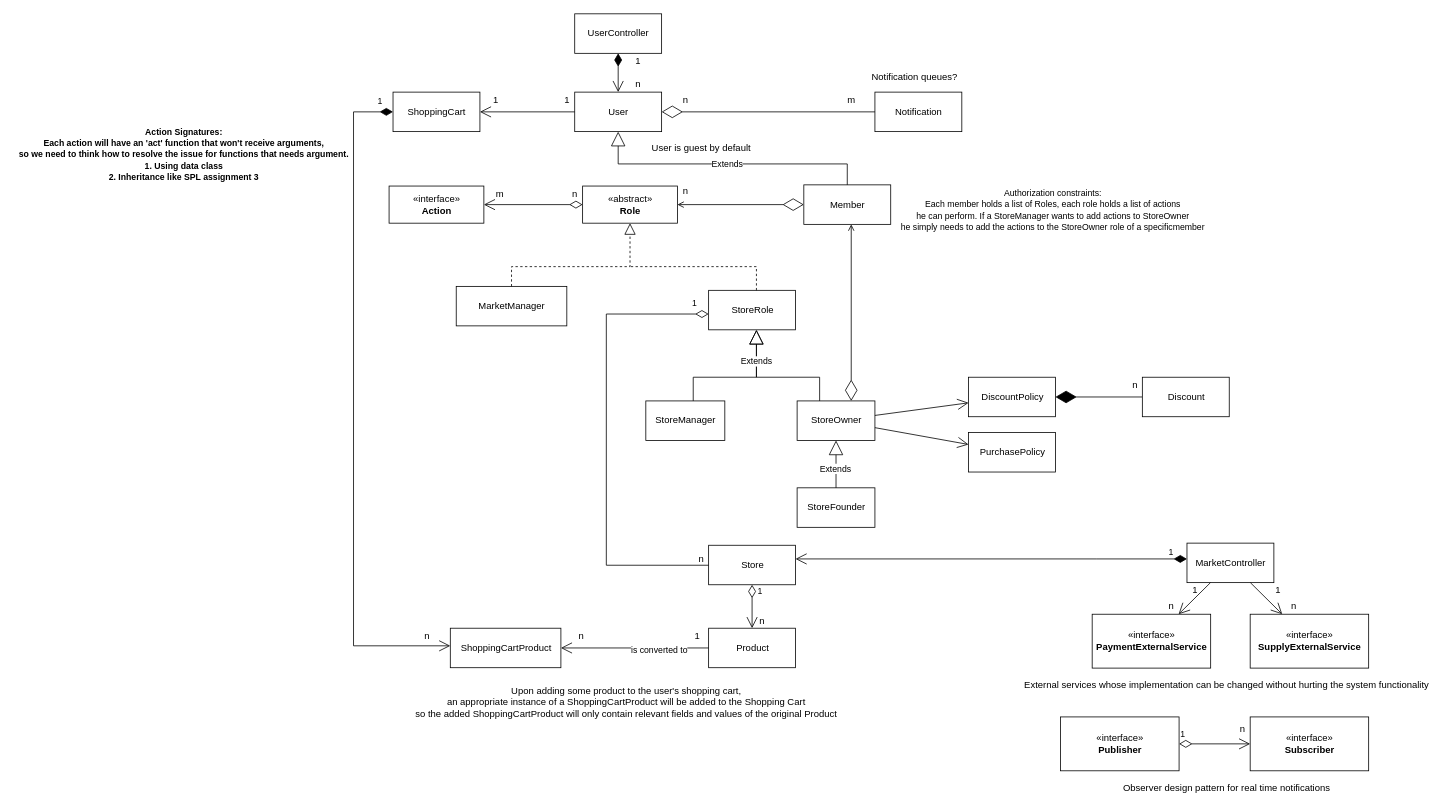
Before: page "White Diagram" (1 of 2) of Workshop.drawio in itaitzruia4/Workshop, a draw.io diagram. Source tidied: cells renumbered, new cells numbered last; positions are measured from the earlier drawing's top-left corner, leaving out a move shared by most shapes. Both pictures are drawn from the tidied source at 79%, with x=0, y=0 at pixel (13, 13).
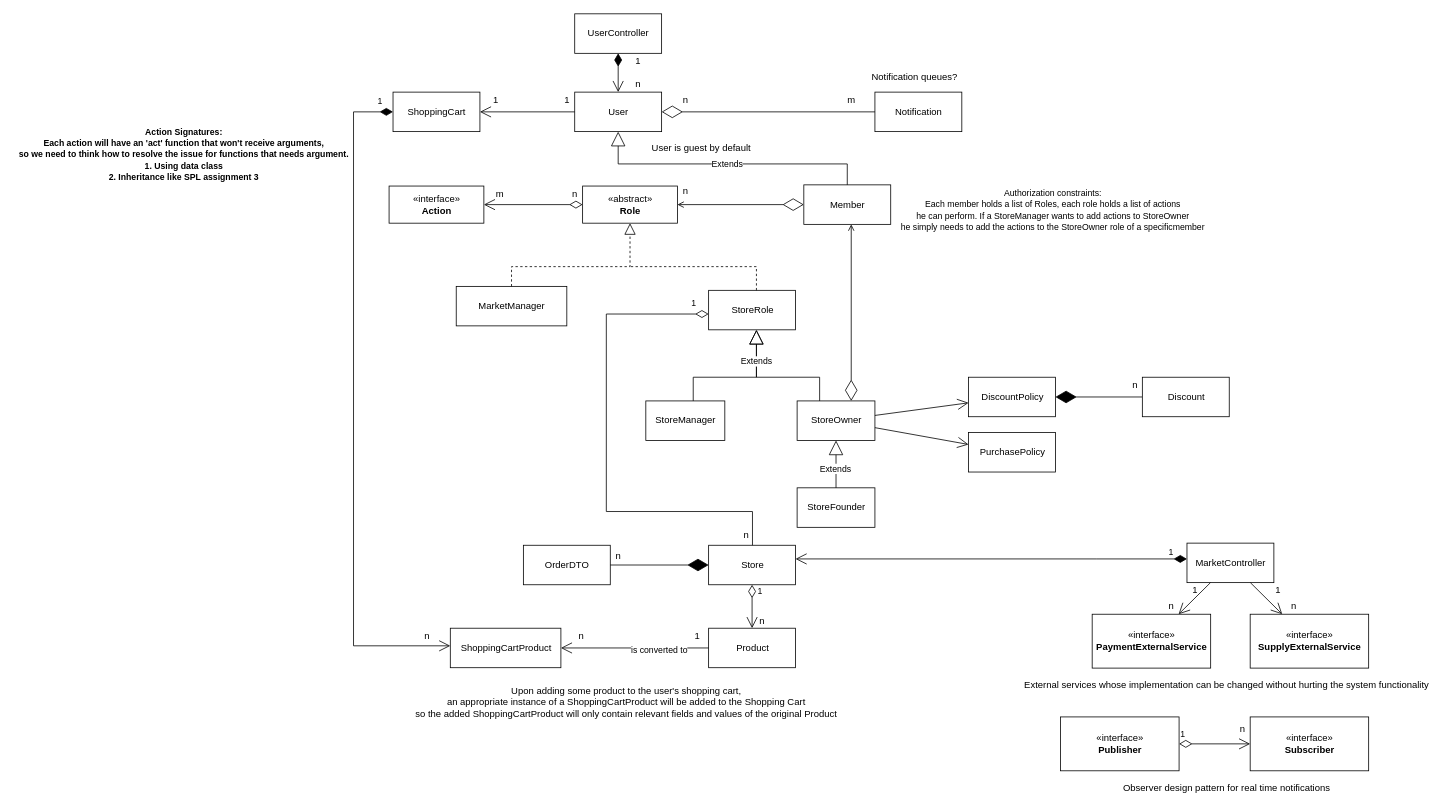
The same page after the edit.

Commit message:
Added OrderDTO class to white diagram

Unchanged cells that the change refers to:
```xml
<mxCell id="33" value="Store" style="html=1;" parent="1" vertex="1">
  <mxGeometry x="879.5" y="672.7" width="110" height="50" as="geometry" />
</mxCell>
<mxCell id="58" value="StoreRole" style="html=1;" parent="1" vertex="1">
  <mxGeometry x="879.5" y="350" width="110" height="50" as="geometry" />
</mxCell>
```

The edit, as a diff of the source:
```diff
@@
     <mxCell id="38" value="n" style="text;html=1;align=center;verticalAlign=middle;strokeColor=none;fillColor=none;" parent="1" vertex="1">
-      <mxGeometry x="859.5" y="680" width="20" height="20" as="geometry" />
+      <mxGeometry x="917" y="650" width="20" height="20" as="geometry" />
     </mxCell>
@@
     <mxCell id="49" value="1" style="endArrow=none;html=1;endSize=12;startArrow=diamondThin;startSize=14;startFill=0;edgeStyle=orthogonalEdgeStyle;align=left;verticalAlign=bottom;rounded=0;endFill=0;" parent="1" edge="1" source="58" target="33">
       <mxGeometry x="-0.92" y="-5" relative="1" as="geometry">
         <Array as="points">
           <mxPoint x="750" y="380" />
-          <mxPoint x="750" y="698" />
+          <mxPoint x="750" y="630" />
+          <mxPoint x="935" y="630" />
         </Array>
       </mxGeometry>
     </mxCell>
@@
+    <mxCell id="77" value="OrderDTO" style="html=1;" parent="1" vertex="1">
+      <mxGeometry x="645" y="672.7" width="110" height="50" as="geometry" />
+    </mxCell>
+    <mxCell id="78" style="endArrow=diamondThin;endFill=1;endSize=24;html=1;rounded=0;fontSize=11;" parent="1" edge="1" source="77" target="33">
+      <mxGeometry relative="1" as="geometry" />
+    </mxCell>
+    <mxCell id="79" value="n" style="text;html=1;align=center;verticalAlign=middle;strokeColor=none;fillColor=none;" parent="1" vertex="1">
+      <mxGeometry x="755" y="676.7" width="20" height="20" as="geometry" />
+    </mxCell>
```
